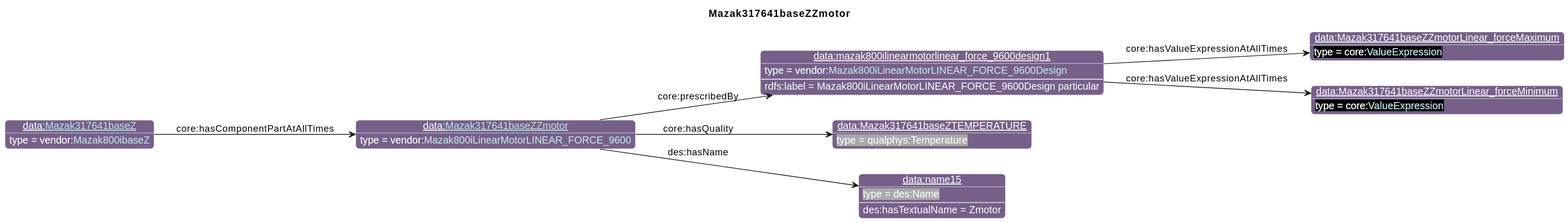
iofoundry/example-syseng-mtconnect keeps this PlantUML diagram as diagrams/Mazak317641baseZZmotor.svg. Above is the earlier version. The source it was exported from:
```plantuml
@startuml
!include ../iof.iuml

<style>
object {
  HyperlinkColor #C4E1E6
}
</style>

left to right direction
skinparam linetype polyline
title Mazak317641baseZZmotor

!$default_direction = down

!$namespace_colors = { "bfo":"DFA702",
                      "iof":"1E90FF",
                      "ns":"Green",
                      "ns1":"76608A",
                      "core":"000000",
                      "ex":"Green",
                      "data":"76608A",
                      "vendor":"76608A",
                      "units":"8A2D3B",
                      "cmns-dsg":"3A0519",
                      "qp":"641B2E"
      }
individual(o0, data:[[./Mazak317641baseZZmotor.html Mazak317641baseZZmotor]], vendor:[[../Mazak.html#Mazak800iLinearMotorLINEAR_FORCE_9600 Mazak800iLinearMotorLINEAR_FORCE_9600]])
individual(o1, data:mazak800ilinearmotorlinear_force_9600design1, vendor:[[../Mazak.html#Mazak800iLinearMotorLINEAR_FORCE_9600Design Mazak800iLinearMotorLINEAR_FORCE_9600Design]])
individual(o2, data:Mazak317641baseZZmotorLinear_forceMaximum, core:[[https://spec.industrialontologies.org/ontology/core/Core/ValueExpression ValueExpression]])
individual(o3, data:Mazak317641baseZZmotorLinear_forceMinimum, core:[[https://spec.industrialontologies.org/ontology/core/Core/ValueExpression ValueExpression]])
individual(o4, data:Mazak317641baseZTEMPERATURE, qualphys:Temperature)
individual(o5, data:name15, des:Name)
individual(o6, data:[[./Mazak317641baseZ.html Mazak317641baseZ]], vendor:[[../Mazak.html#Mazak800ibaseZ Mazak800ibaseZ]])
property(o0, "core:prescribedBy", o1)
data(o1, "rdfs:label", "Mazak800iLinearMotorLINEAR_FORCE_9600Design particular")
property(o1, "core:hasValueExpressionAtAllTimes", o2)
property(o1, "core:hasValueExpressionAtAllTimes", o3)
property(o0, "core:hasQuality", o4)
property(o0, "des:hasName", o5)
data(o5, "des:hasTextualName", "Zmotor")
property(o6, "core:hasComponentPartAtAllTimes", o0)
@enduml
```
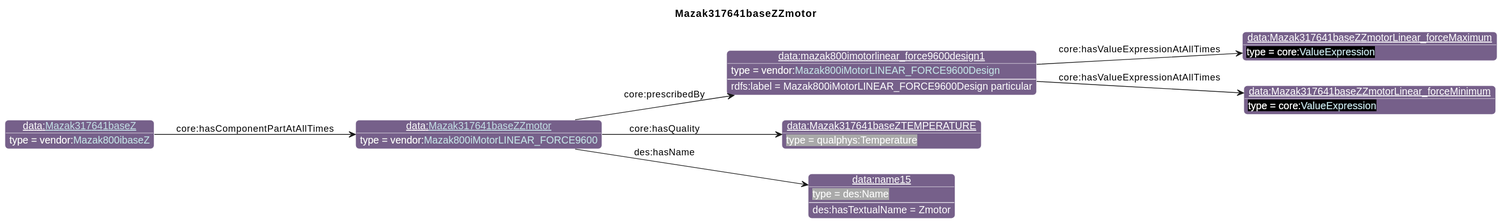
Above is the later version.

What changed in the source:
```diff
@@ -25,15 +25,15 @@
                       "cmns-dsg":"3A0519",
                       "qp":"641B2E"
       }
-individual(o0, data:[[./Mazak317641baseZZmotor.html Mazak317641baseZZmotor]], vendor:[[../Mazak.html#Mazak800iLinearMotorLINEAR_FORCE_9600 Mazak800iLinearMotorLINEAR_FORCE_9600]])
-individual(o1, data:mazak800ilinearmotorlinear_force_9600design1, vendor:[[../Mazak.html#Mazak800iLinearMotorLINEAR_FORCE_9600Design Mazak800iLinearMotorLINEAR_FORCE_9600Design]])
+individual(o0, data:[[./Mazak317641baseZZmotor.html Mazak317641baseZZmotor]], vendor:[[../Mazak.html#Mazak800iMotorLINEAR_FORCE9600 Mazak800iMotorLINEAR_FORCE9600]])
+individual(o1, data:mazak800imotorlinear_force9600design1, vendor:[[../Mazak.html#Mazak800iMotorLINEAR_FORCE9600Design Mazak800iMotorLINEAR_FORCE9600Design]])
 individual(o2, data:Mazak317641baseZZmotorLinear_forceMaximum, core:[[https://spec.industrialontologies.org/ontology/core/Core/ValueExpression ValueExpression]])
 individual(o3, data:Mazak317641baseZZmotorLinear_forceMinimum, core:[[https://spec.industrialontologies.org/ontology/core/Core/ValueExpression ValueExpression]])
 individual(o4, data:Mazak317641baseZTEMPERATURE, qualphys:Temperature)
 individual(o5, data:name15, des:Name)
 individual(o6, data:[[./Mazak317641baseZ.html Mazak317641baseZ]], vendor:[[../Mazak.html#Mazak800ibaseZ Mazak800ibaseZ]])
 property(o0, "core:prescribedBy", o1)
-data(o1, "rdfs:label", "Mazak800iLinearMotorLINEAR_FORCE_9600Design particular")
+data(o1, "rdfs:label", "Mazak800iMotorLINEAR_FORCE9600Design particular")
 property(o1, "core:hasValueExpressionAtAllTimes", o2)
 property(o1, "core:hasValueExpressionAtAllTimes", o3)
 property(o0, "core:hasQuality", o4)
```
